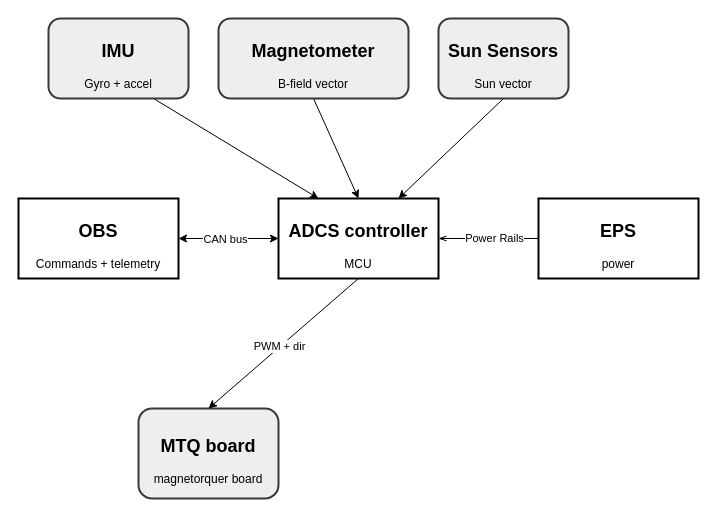
Above: page "System Context" (1 of 7) of docs/subteams/adcs/ADCS_software_architecture.drawio in QSET-Sat/qset-doc (draw.io), before the change. Source tidied: cells renumbered, new cells numbered last; positions are measured from the earlier drawing's top-left corner, leaving out a move shared by most shapes. Both pictures are drawn from the tidied source at 100%, with x=0, y=0 at pixel (18, 18).
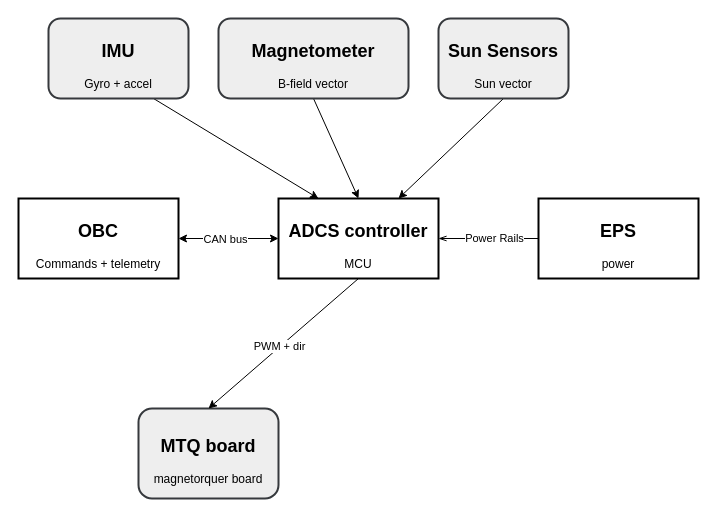
The same diagram, later.

Diff of the diagram source:
```diff
@@
 <mxGraphModel>
   <root>
     <mxCell id="0" />
     <mxCell id="1" parent="0" />
     <mxCell id="2" style="edgeStyle=orthogonalEdgeStyle;rounded=0;jettySize=auto;html=1;endArrow=none;endFill=0;startArrow=openThin;startFill=0;" parent="1" edge="1" source="3" target="4">
       <mxGeometry relative="1" as="geometry" />
     </mxCell>
     <mxCell id="3" value="&lt;h2&gt;ADCS controller&lt;/h2&gt;&lt;div&gt;MCU&lt;/div&gt;" style="whiteSpace=wrap;html=1;labelBackgroundColor=none;perimeterSpacing=0;strokeWidth=2;" parent="1" vertex="1">
       <mxGeometry x="260" y="180" width="160" height="80" as="geometry" />
     </mxCell>
     <mxCell id="4" value="&lt;h2&gt;EPS&lt;/h2&gt;&lt;div&gt;power&lt;/div&gt;" style="whiteSpace=wrap;html=1;labelBackgroundColor=none;perimeterSpacing=0;strokeWidth=2;" parent="1" vertex="1">
       <mxGeometry x="520" y="180" width="160" height="80" as="geometry" />
     </mxCell>
     <mxCell id="5" style="endArrow=classic;startArrow=classic;html=1;rounded=0;exitX=1;exitY=0.5;exitDx=0;exitDy=0;entryX=0;entryY=0.5;entryDx=0;entryDy=0;" parent="1" edge="1" target="3">
       <mxGeometry relative="1" as="geometry">
         <mxPoint x="160" y="220" as="sourcePoint" />
       </mxGeometry>
     </mxCell>
     <mxCell id="6" value="CAN bus" style="edgeLabel;html=1;align=center;verticalAlign=middle;" parent="5" vertex="1">
       <mxGeometry x="-0.08" relative="1" as="geometry" />
     </mxCell>
     <mxCell id="7" value="&lt;h2&gt;MTQ board&lt;/h2&gt;&lt;div&gt;magnetorquer board&lt;/div&gt;" style="rounded=1;whiteSpace=wrap;html=1;strokeWidth=2;fillColor=#eeeeee;strokeColor=#36393d;" parent="1" vertex="1">
       <mxGeometry x="120" y="390" width="140" height="90" as="geometry" />
     </mxCell>
     <mxCell id="8" style="endArrow=none;html=1;rounded=0;exitX=0.5;exitY=0;exitDx=0;exitDy=0;entryX=0.5;entryY=1;entryDx=0;entryDy=0;startArrow=classic;startFill=1;endFill=0;" parent="1" edge="1" source="7" target="3">
       <mxGeometry relative="1" as="geometry" />
     </mxCell>
     <mxCell id="9" value="PWM + dir" style="edgeLabel;html=1;align=center;verticalAlign=middle;" parent="8" vertex="1">
       <mxGeometry x="-0.04" relative="1" as="geometry">
         <mxPoint x="-1" as="offset" />
       </mxGeometry>
     </mxCell>
     <mxCell id="10" style="rounded=0;jettySize=auto;html=1;exitX=0.75;exitY=1;exitDx=0;exitDy=0;entryX=0.25;entryY=0;entryDx=0;entryDy=0;" parent="1" edge="1" source="11" target="3">
       <mxGeometry relative="1" as="geometry" />
     </mxCell>
     <mxCell id="11" value="&lt;h2&gt;IMU&lt;/h2&gt;&lt;div&gt;Gyro + accel&lt;/div&gt;" style="rounded=1;whiteSpace=wrap;html=1;strokeWidth=2;fillColor=#eeeeee;strokeColor=#36393d;" parent="1" vertex="1">
       <mxGeometry x="30" width="140" height="80" as="geometry" />
     </mxCell>
     <mxCell id="12" style="rounded=0;jettySize=auto;html=1;exitX=0.5;exitY=1;exitDx=0;exitDy=0;entryX=0.5;entryY=0;entryDx=0;entryDy=0;" parent="1" edge="1" source="13" target="3">
       <mxGeometry relative="1" as="geometry" />
     </mxCell>
     <mxCell id="13" value="&lt;h2&gt;Magnetometer&lt;/h2&gt;&lt;div&gt;B-field vector&lt;/div&gt;" style="rounded=1;whiteSpace=wrap;html=1;strokeWidth=2;fillColor=#eeeeee;strokeColor=#36393d;" parent="1" vertex="1">
       <mxGeometry x="200" width="190" height="80" as="geometry" />
     </mxCell>
     <mxCell id="14" style="rounded=0;jettySize=auto;html=1;exitX=0.5;exitY=1;exitDx=0;exitDy=0;entryX=0.75;entryY=0;entryDx=0;entryDy=0;" parent="1" edge="1" source="15" target="3">
       <mxGeometry relative="1" as="geometry" />
     </mxCell>
     <mxCell id="15" value="&lt;h2&gt;Sun Sensors&lt;/h2&gt;&lt;div&gt;Sun vector&lt;/div&gt;" style="rounded=1;whiteSpace=wrap;html=1;strokeWidth=2;fillColor=#eeeeee;strokeColor=#36393d;" parent="1" vertex="1">
       <mxGeometry x="420" width="130" height="80" as="geometry" />
     </mxCell>
-    <mxCell id="16" value="&lt;h2&gt;OBS&lt;/h2&gt;&lt;div&gt;Commands + telemetry&lt;/div&gt;" style="whiteSpace=wrap;html=1;labelBackgroundColor=none;perimeterSpacing=0;strokeWidth=2;" parent="1" vertex="1">
+    <mxCell id="16" value="&lt;h2&gt;OBC&lt;/h2&gt;&lt;div&gt;Commands + telemetry&lt;/div&gt;" style="whiteSpace=wrap;html=1;labelBackgroundColor=none;perimeterSpacing=0;strokeWidth=2;" parent="1" vertex="1">
       <mxGeometry y="180" width="160" height="80" as="geometry" />
     </mxCell>
     <mxCell id="17" value="Power Rails" style="edgeLabel;html=1;align=center;verticalAlign=middle;" parent="1" vertex="1">
       <mxGeometry x="470" y="218" as="geometry">
         <mxPoint x="5" y="1" as="offset" />
       </mxGeometry>
     </mxCell>
   </root>
 </mxGraphModel>
```
